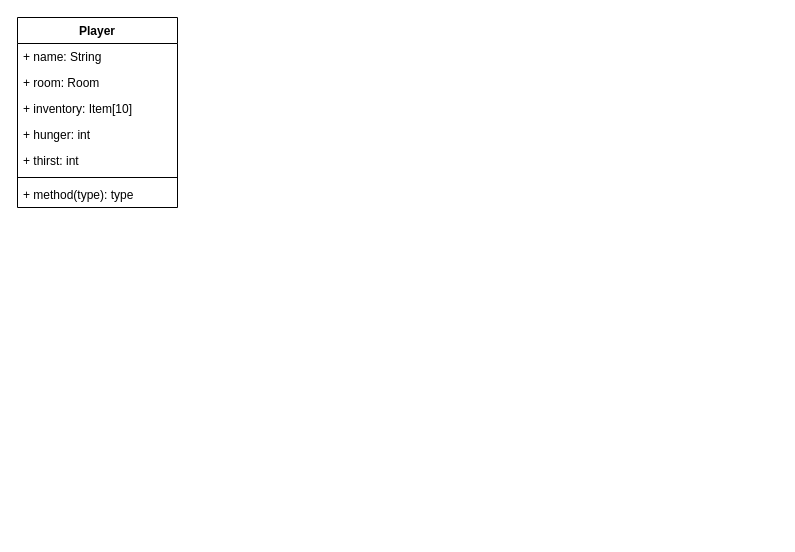
Before: doc/UML_Diagram.drawio in Sam36502/Escape_TBZ, a draw.io diagram. Source tidied: cells renumbered, new cells numbered last; positions are measured from the earlier drawing's top-left corner, leaving out a move shared by most shapes. Both pictures are drawn from the tidied source at 100%, with x=0, y=0 at pixel (17, 17).
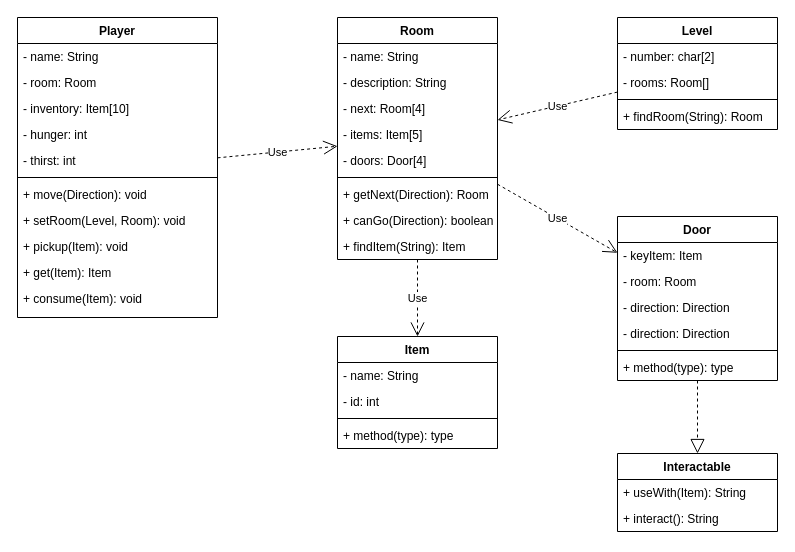
Above is the later version.

Commit message (it also covers changes not shown here):
Created console interface

The edit, as a diff of the source:
```diff
@@
     <mxCell id="2" value="Player" style="swimlane;fontStyle=1;align=center;verticalAlign=top;horizontal=1;startSize=26;" parent="1" vertex="1">
-      <mxGeometry width="160" height="190" as="geometry" />
+      <mxGeometry width="200" height="300" as="geometry" />
     </mxCell>
-    <mxCell id="3" value="+ name: String" style="text;strokeColor=none;fillColor=none;align=left;verticalAlign=top;spacingLeft=4;spacingRight=4;overflow=hidden;" parent="2" vertex="1">
-      <mxGeometry y="26" width="160" height="26" as="geometry" />
+    <mxCell id="3" value="- name: String" style="text;strokeColor=none;fillColor=none;align=left;verticalAlign=top;spacingLeft=4;spacingRight=4;overflow=hidden;" parent="2" vertex="1">
+      <mxGeometry y="26" width="200" height="26" as="geometry" />
     </mxCell>
-    <mxCell id="4" value="+ room: Room" style="text;strokeColor=none;fillColor=none;align=left;verticalAlign=top;spacingLeft=4;spacingRight=4;overflow=hidden;" parent="2" vertex="1">
-      <mxGeometry y="52" width="160" height="26" as="geometry" />
+    <mxCell id="4" value="- room: Room" style="text;strokeColor=none;fillColor=none;align=left;verticalAlign=top;spacingLeft=4;spacingRight=4;overflow=hidden;" parent="2" vertex="1">
+      <mxGeometry y="52" width="200" height="26" as="geometry" />
     </mxCell>
-    <mxCell id="5" value="+ inventory: Item[10]" style="text;strokeColor=none;fillColor=none;align=left;verticalAlign=top;spacingLeft=4;spacingRight=4;overflow=hidden;" parent="2" vertex="1">
-      <mxGeometry y="78" width="160" height="26" as="geometry" />
+    <mxCell id="5" value="- inventory: Item[10]" style="text;strokeColor=none;fillColor=none;align=left;verticalAlign=top;spacingLeft=4;spacingRight=4;overflow=hidden;" parent="2" vertex="1">
+      <mxGeometry y="78" width="200" height="26" as="geometry" />
     </mxCell>
-    <mxCell id="6" value="+ hunger: int" style="text;strokeColor=none;fillColor=none;align=left;verticalAlign=top;spacingLeft=4;spacingRight=4;overflow=hidden;" parent="2" vertex="1">
-      <mxGeometry y="104" width="160" height="26" as="geometry" />
+    <mxCell id="6" value="- hunger: int" style="text;strokeColor=none;fillColor=none;align=left;verticalAlign=top;spacingLeft=4;spacingRight=4;overflow=hidden;" parent="2" vertex="1">
+      <mxGeometry y="104" width="200" height="26" as="geometry" />
     </mxCell>
-    <mxCell id="7" value="+ thirst: int" style="text;strokeColor=none;fillColor=none;align=left;verticalAlign=top;spacingLeft=4;spacingRight=4;overflow=hidden;" parent="2" vertex="1">
-      <mxGeometry y="130" width="160" height="26" as="geometry" />
+    <mxCell id="7" value="- thirst: int" style="text;strokeColor=none;fillColor=none;align=left;verticalAlign=top;spacingLeft=4;spacingRight=4;overflow=hidden;" parent="2" vertex="1">
+      <mxGeometry y="130" width="200" height="26" as="geometry" />
     </mxCell>
     <mxCell id="8" style="line;strokeWidth=1;fillColor=none;align=left;verticalAlign=middle;spacingTop=-1;spacingLeft=3;spacingRight=3;labelPosition=right;" parent="2" vertex="1">
-      <mxGeometry y="156" width="160" height="8" as="geometry" />
+      <mxGeometry y="156" width="200" height="8" as="geometry" />
     </mxCell>
-    <mxCell id="9" value="+ method(type): type" style="text;strokeColor=none;fillColor=none;align=left;verticalAlign=top;spacingLeft=4;spacingRight=4;overflow=hidden;" parent="2" vertex="1">
-      <mxGeometry y="164" width="160" height="26" as="geometry" />
+    <mxCell id="9" value="+ move(Direction): void" style="text;strokeColor=none;fillColor=none;align=left;verticalAlign=top;spacingLeft=4;spacingRight=4;overflow=hidden;" parent="2" vertex="1">
+      <mxGeometry y="164" width="200" height="26" as="geometry" />
     </mxCell>
+    <mxCell id="10" value="+ setRoom(Level, Room): void" style="text;strokeColor=none;fillColor=none;align=left;verticalAlign=top;spacingLeft=4;spacingRight=4;overflow=hidden;" parent="2" vertex="1">
+      <mxGeometry y="190" width="200" height="26" as="geometry" />
+    </mxCell>
+    <mxCell id="11" value="+ pickup(Item): void" style="text;strokeColor=none;fillColor=none;align=left;verticalAlign=top;spacingLeft=4;spacingRight=4;overflow=hidden;" parent="2" vertex="1">
+      <mxGeometry y="216" width="200" height="26" as="geometry" />
+    </mxCell>
+    <mxCell id="12" value="+ get(Item): Item" style="text;strokeColor=none;fillColor=none;align=left;verticalAlign=top;spacingLeft=4;spacingRight=4;overflow=hidden;" parent="2" vertex="1">
+      <mxGeometry y="242" width="200" height="26" as="geometry" />
+    </mxCell>
+    <mxCell id="13" value="+ consume(Item): void" style="text;strokeColor=none;fillColor=none;align=left;verticalAlign=top;spacingLeft=4;spacingRight=4;overflow=hidden;" parent="2" vertex="1">
+      <mxGeometry y="268" width="200" height="32" as="geometry" />
+    </mxCell>
+    <mxCell id="14" value="Room" style="swimlane;fontStyle=1;align=center;verticalAlign=top;horizontal=1;startSize=26;" parent="1" vertex="1">
+      <mxGeometry x="320" width="160" height="242" as="geometry" />
+    </mxCell>
+    <mxCell id="15" value="- name: String" style="text;strokeColor=none;fillColor=none;align=left;verticalAlign=top;spacingLeft=4;spacingRight=4;overflow=hidden;" parent="14" vertex="1">
+      <mxGeometry y="26" width="160" height="26" as="geometry" />
+    </mxCell>
+    <mxCell id="16" value="- description: String" style="text;strokeColor=none;fillColor=none;align=left;verticalAlign=top;spacingLeft=4;spacingRight=4;overflow=hidden;" parent="14" vertex="1">
+      <mxGeometry y="52" width="160" height="26" as="geometry" />
+    </mxCell>
+    <mxCell id="17" value="- next: Room[4]" style="text;strokeColor=none;fillColor=none;align=left;verticalAlign=top;spacingLeft=4;spacingRight=4;overflow=hidden;" parent="14" vertex="1">
+      <mxGeometry y="78" width="160" height="26" as="geometry" />
+    </mxCell>
+    <mxCell id="18" value="- items: Item[5]" style="text;strokeColor=none;fillColor=none;align=left;verticalAlign=top;spacingLeft=4;spacingRight=4;overflow=hidden;" parent="14" vertex="1">
+      <mxGeometry y="104" width="160" height="26" as="geometry" />
+    </mxCell>
+    <mxCell id="19" value="- doors: Door[4]" style="text;strokeColor=none;fillColor=none;align=left;verticalAlign=top;spacingLeft=4;spacingRight=4;overflow=hidden;" parent="14" vertex="1">
+      <mxGeometry y="130" width="160" height="26" as="geometry" />
+    </mxCell>
+    <mxCell id="20" style="line;strokeWidth=1;fillColor=none;align=left;verticalAlign=middle;spacingTop=-1;spacingLeft=3;spacingRight=3;labelPosition=right;" parent="14" vertex="1">
+      <mxGeometry y="156" width="160" height="8" as="geometry" />
+    </mxCell>
+    <mxCell id="21" value="+ getNext(Direction): Room" style="text;strokeColor=none;fillColor=none;align=left;verticalAlign=top;spacingLeft=4;spacingRight=4;overflow=hidden;" parent="14" vertex="1">
+      <mxGeometry y="164" width="160" height="26" as="geometry" />
+    </mxCell>
+    <mxCell id="22" value="+ canGo(Direction): boolean" style="text;strokeColor=none;fillColor=none;align=left;verticalAlign=top;spacingLeft=4;spacingRight=4;overflow=hidden;" parent="14" vertex="1">
+      <mxGeometry y="190" width="160" height="26" as="geometry" />
+    </mxCell>
+    <mxCell id="23" value="+ findItem(String): Item" style="text;strokeColor=none;fillColor=none;align=left;verticalAlign=top;spacingLeft=4;spacingRight=4;overflow=hidden;" parent="14" vertex="1">
+      <mxGeometry y="216" width="160" height="26" as="geometry" />
+    </mxCell>
+    <mxCell id="24" value="Level" style="swimlane;fontStyle=1;align=center;verticalAlign=top;horizontal=1;startSize=26;" parent="1" vertex="1">
+      <mxGeometry x="600" width="160" height="112" as="geometry" />
+    </mxCell>
+    <mxCell id="25" value="- number: char[2]" style="text;strokeColor=none;fillColor=none;align=left;verticalAlign=top;spacingLeft=4;spacingRight=4;overflow=hidden;" parent="24" vertex="1">
+      <mxGeometry y="26" width="160" height="26" as="geometry" />
+    </mxCell>
+    <mxCell id="26" value="- rooms: Room[]" style="text;strokeColor=none;fillColor=none;align=left;verticalAlign=top;spacingLeft=4;spacingRight=4;overflow=hidden;" parent="24" vertex="1">
+      <mxGeometry y="52" width="160" height="26" as="geometry" />
+    </mxCell>
+    <mxCell id="27" style="line;strokeWidth=1;fillColor=none;align=left;verticalAlign=middle;spacingTop=-1;spacingLeft=3;spacingRight=3;labelPosition=right;" parent="24" vertex="1">
+      <mxGeometry y="78" width="160" height="8" as="geometry" />
+    </mxCell>
+    <mxCell id="28" value="+ findRoom(String): Room" style="text;strokeColor=none;fillColor=none;align=left;verticalAlign=top;spacingLeft=4;spacingRight=4;overflow=hidden;" parent="24" vertex="1">
+      <mxGeometry y="86" width="160" height="26" as="geometry" />
+    </mxCell>
+    <mxCell id="29" value="Item" style="swimlane;fontStyle=1;align=center;verticalAlign=top;horizontal=1;startSize=26;" parent="1" vertex="1">
+      <mxGeometry x="320" y="319" width="160" height="112" as="geometry" />
+    </mxCell>
+    <mxCell id="30" value="- name: String" style="text;strokeColor=none;fillColor=none;align=left;verticalAlign=top;spacingLeft=4;spacingRight=4;overflow=hidden;" parent="29" vertex="1">
+      <mxGeometry y="26" width="160" height="26" as="geometry" />
+    </mxCell>
+    <mxCell id="31" value="- id: int" style="text;strokeColor=none;fillColor=none;align=left;verticalAlign=top;spacingLeft=4;spacingRight=4;overflow=hidden;" parent="29" vertex="1">
+      <mxGeometry y="52" width="160" height="26" as="geometry" />
+    </mxCell>
+    <mxCell id="32" style="line;strokeWidth=1;fillColor=none;align=left;verticalAlign=middle;spacingTop=-1;spacingLeft=3;spacingRight=3;labelPosition=right;" parent="29" vertex="1">
+      <mxGeometry y="78" width="160" height="8" as="geometry" />
+    </mxCell>
+    <mxCell id="33" value="+ method(type): type" style="text;strokeColor=none;fillColor=none;align=left;verticalAlign=top;spacingLeft=4;spacingRight=4;overflow=hidden;" parent="29" vertex="1">
+      <mxGeometry y="86" width="160" height="26" as="geometry" />
+    </mxCell>
+    <mxCell id="34" value="Door" style="swimlane;fontStyle=1;align=center;verticalAlign=top;horizontal=1;startSize=26;" parent="1" vertex="1">
+      <mxGeometry x="600" y="199" width="160" height="164" as="geometry" />
+    </mxCell>
+    <mxCell id="35" value="- keyItem: Item" style="text;strokeColor=none;fillColor=none;align=left;verticalAlign=top;spacingLeft=4;spacingRight=4;overflow=hidden;" parent="34" vertex="1">
+      <mxGeometry y="26" width="160" height="26" as="geometry" />
+    </mxCell>
+    <mxCell id="36" value="- room: Room" style="text;strokeColor=none;fillColor=none;align=left;verticalAlign=top;spacingLeft=4;spacingRight=4;overflow=hidden;" parent="34" vertex="1">
+      <mxGeometry y="52" width="160" height="26" as="geometry" />
+    </mxCell>
+    <mxCell id="37" value="- direction: Direction" style="text;strokeColor=none;fillColor=none;align=left;verticalAlign=top;spacingLeft=4;spacingRight=4;overflow=hidden;" parent="34" vertex="1">
+      <mxGeometry y="78" width="160" height="26" as="geometry" />
+    </mxCell>
+    <mxCell id="38" value="- direction: Direction" style="text;strokeColor=none;fillColor=none;align=left;verticalAlign=top;spacingLeft=4;spacingRight=4;overflow=hidden;" parent="34" vertex="1">
+      <mxGeometry y="104" width="160" height="26" as="geometry" />
+    </mxCell>
+    <mxCell id="39" style="line;strokeWidth=1;fillColor=none;align=left;verticalAlign=middle;spacingTop=-1;spacingLeft=3;spacingRight=3;labelPosition=right;" parent="34" vertex="1">
+      <mxGeometry y="130" width="160" height="8" as="geometry" />
+    </mxCell>
+    <mxCell id="40" value="+ method(type): type" style="text;strokeColor=none;fillColor=none;align=left;verticalAlign=top;spacingLeft=4;spacingRight=4;overflow=hidden;" parent="34" vertex="1">
+      <mxGeometry y="138" width="160" height="26" as="geometry" />
+    </mxCell>
+    <mxCell id="41" value="Interactable" style="swimlane;fontStyle=1;horizontal=1;startSize=26;fillColor=none;" parent="1" vertex="1">
+      <mxGeometry x="600" y="436" width="160" height="78" as="geometry" />
+    </mxCell>
+    <mxCell id="42" value="+ useWith(Item): String" style="text;strokeColor=none;fillColor=none;align=left;verticalAlign=top;spacingLeft=4;spacingRight=4;overflow=hidden;" parent="41" vertex="1">
+      <mxGeometry y="26" width="160" height="26" as="geometry" />
+    </mxCell>
+    <mxCell id="43" value="+ interact(): String" style="text;strokeColor=none;fillColor=none;align=left;verticalAlign=top;spacingLeft=4;spacingRight=4;overflow=hidden;" parent="41" vertex="1">
+      <mxGeometry y="52" width="160" height="26" as="geometry" />
+    </mxCell>
+    <mxCell id="44" style="endArrow=block;dashed=1;endFill=0;endSize=12;html=1;" parent="1" edge="1" source="34" target="41">
+      <mxGeometry relative="1" as="geometry" />
+    </mxCell>
+    <mxCell id="45" value="Use" style="endArrow=open;endSize=12;dashed=1;html=1;" parent="1" edge="1" source="24" target="14">
+      <mxGeometry relative="1" as="geometry" />
+    </mxCell>
+    <mxCell id="46" value="Use" style="endArrow=open;endSize=12;dashed=1;html=1;" parent="1" edge="1" source="14" target="34">
+      <mxGeometry relative="1" as="geometry" />
+    </mxCell>
+    <mxCell id="47" value="Use" style="endArrow=open;endSize=12;dashed=1;html=1;" parent="1" edge="1" source="14" target="29">
+      <mxGeometry relative="1" as="geometry" />
+    </mxCell>
+    <mxCell id="48" value="Use" style="endArrow=open;endSize=12;dashed=1;html=1;" parent="1" edge="1" source="2" target="14">
+      <mxGeometry relative="1" as="geometry" />
+    </mxCell>
```
